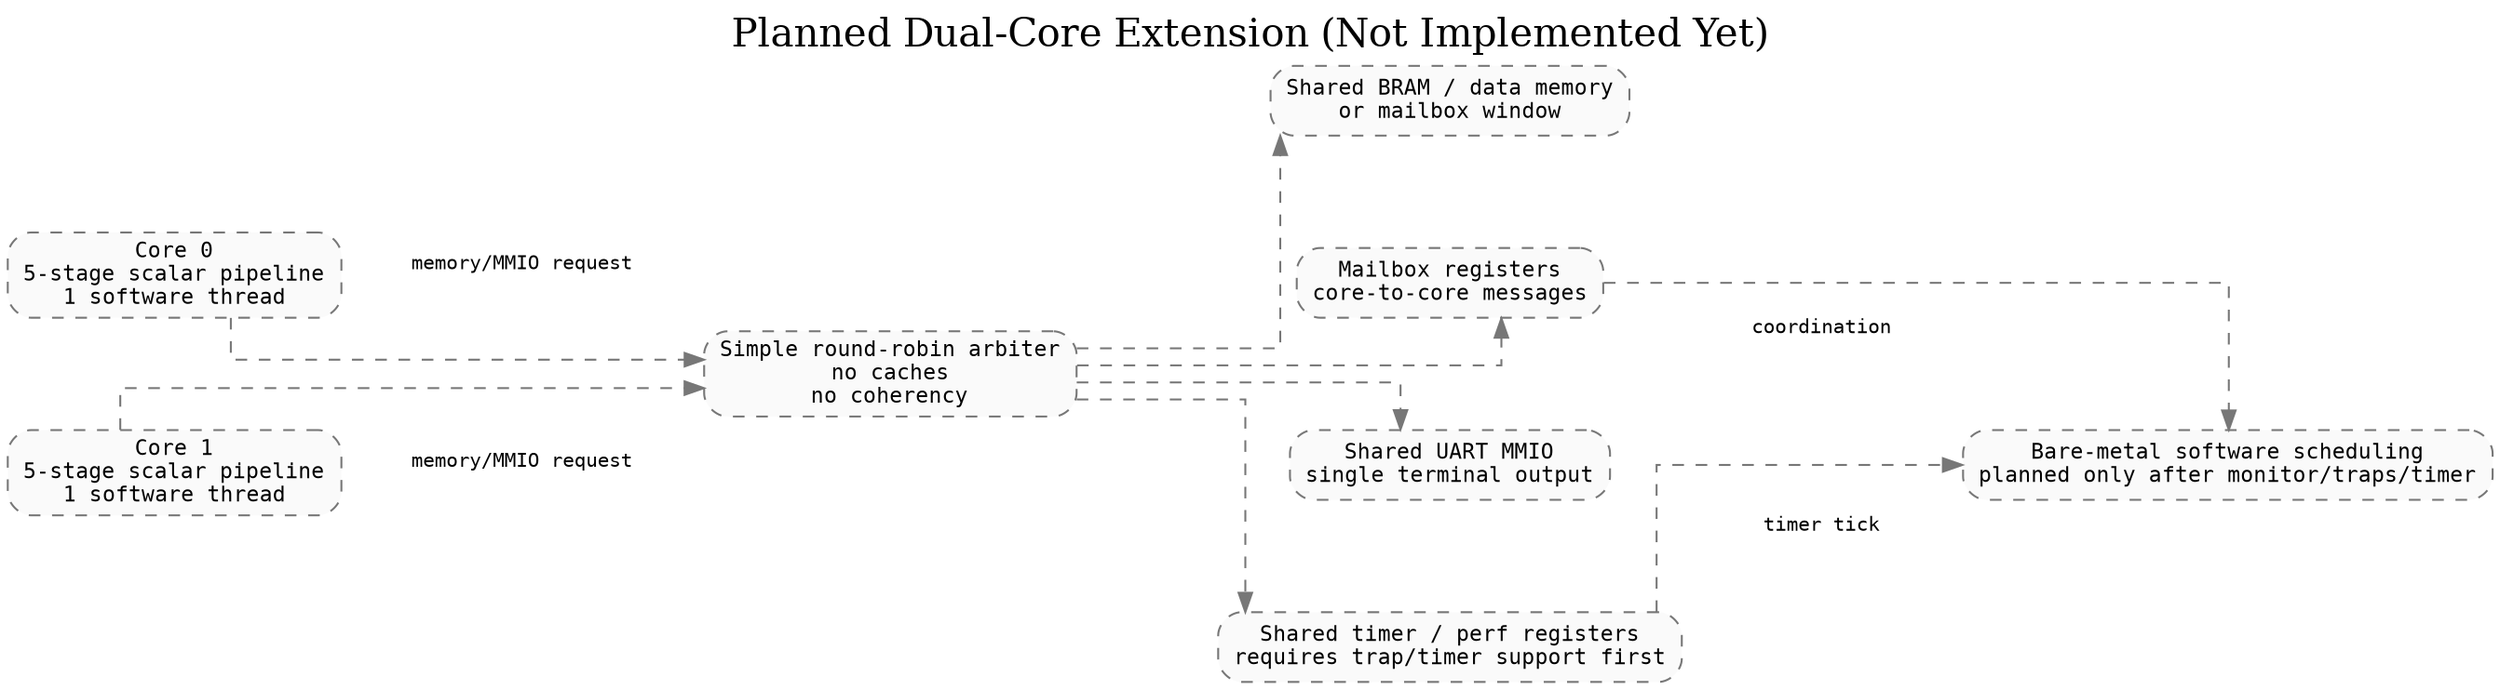
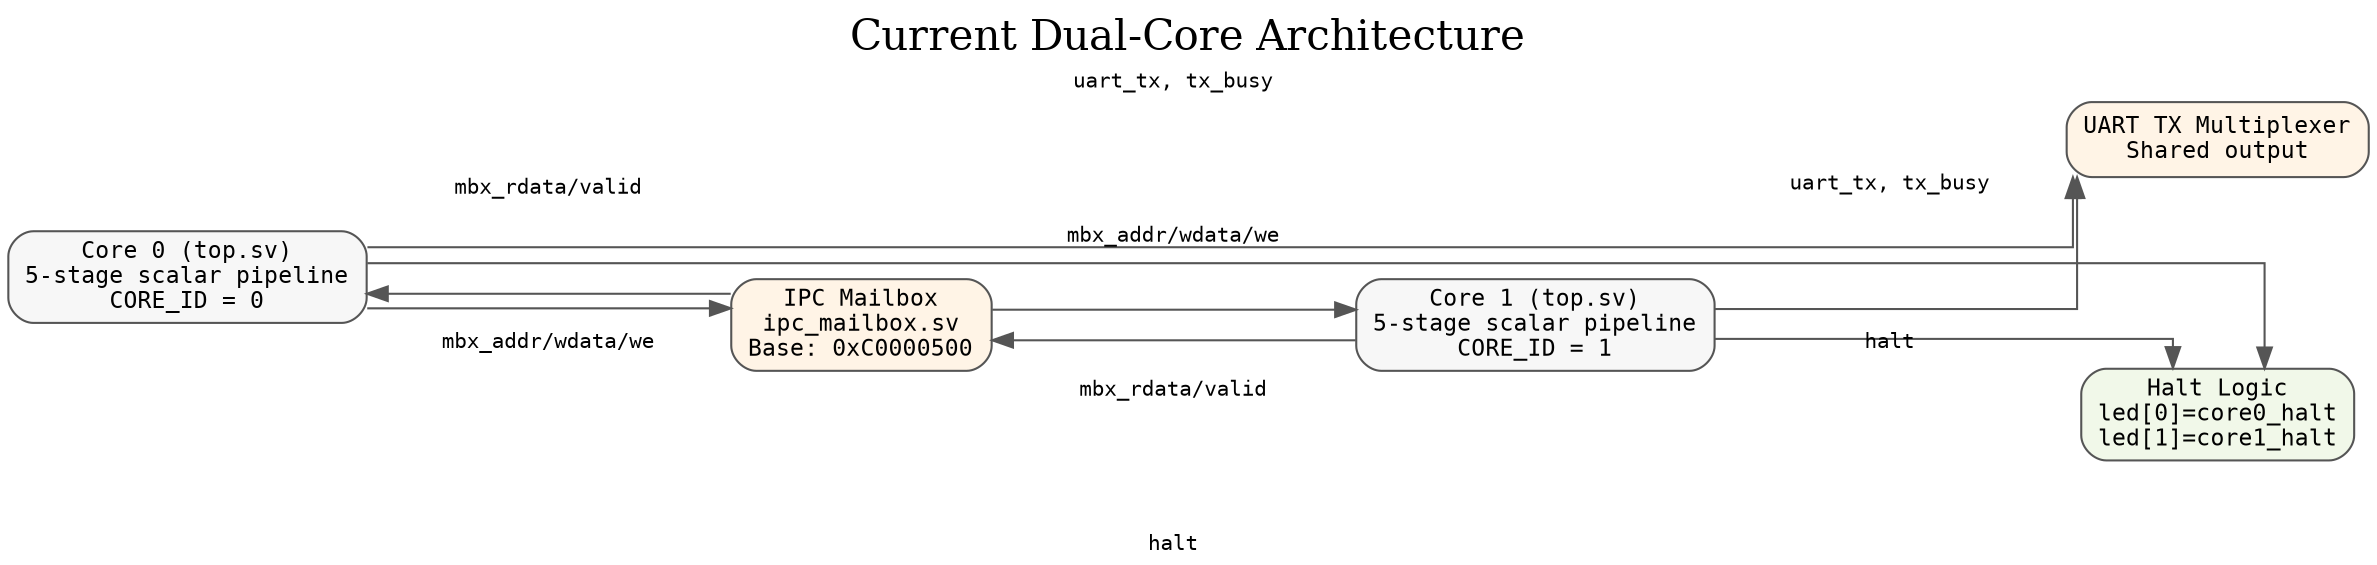
// Generated by tools/generate_diagrams.py.
// Run tools/update_docs.ps1 after implementation changes.
// Edit the generator, not this generated .dot file.


digraph multicore {
    graph [
-         label="Planned Dual-Core Extension (Not Implemented Yet)",
+         label="Current Dual-Core Architecture",
        labelloc=t,
        fontsize=20,
        rankdir=LR,
        splines=ortho,
        nodesep=0.8,
        ranksep=1.0
    ];

    node [
        shape=box,
-         style="rounded,dashed,filled",
-         fillcolor="#fafafa",
-         color="#777777",
+         style="rounded,filled",
+         fillcolor="#f7f7f7",
+         color="#555555",
        fontname="Consolas",
        fontsize=11
    ];

    edge [
-         style="dashed",
-         color="#777777",
+         color="#555555",
        fontname="Consolas",
        fontsize=10
    ];

-     core0 [label="Core 0\n5-stage scalar pipeline\n1 software thread"];
-     core1 [label="Core 1\n5-stage scalar pipeline\n1 software thread"];
-     arbiter [label="Simple round-robin arbiter\nno caches\nno coherency"];
-     shared_bram [label="Shared BRAM / data memory\nor mailbox window"];
-     mailbox [label="Mailbox registers\ncore-to-core messages"];
-     shared_uart [label="Shared UART MMIO\nsingle terminal output"];
-     shared_timer [label="Shared timer / perf registers\nrequires trap/timer support first"];
-     software [label="Bare-metal software scheduling\nplanned only after monitor/traps/timer"];
+     core0 [label="Core 0 (top.sv)\n5-stage scalar pipeline\nCORE_ID = 0"];
+     core1 [label="Core 1 (top.sv)\n5-stage scalar pipeline\nCORE_ID = 1"];

-     core0 -> arbiter [label="memory/MMIO request"];
-     core1 -> arbiter [label="memory/MMIO request"];
-     arbiter -> shared_bram;
-     arbiter -> mailbox;
-     arbiter -> shared_uart;
-     arbiter -> shared_timer;
-     shared_timer -> software [label="timer tick"];
-     mailbox -> software [label="coordination"];
+     mailbox [label="IPC Mailbox\nipc_mailbox.sv\nBase: 0xC0000500", fillcolor="#fff4e6"];
+     uart_mux [label="UART TX Multiplexer\nShared output", fillcolor="#fff4e6"];
+     halt_logic [label="Halt Logic\nled[0]=core0_halt\nled[1]=core1_halt", fillcolor="#f1f8e9"];
+ 
+     core0 -> mailbox [label="mbx_addr/wdata/we"];
+     core1 -> mailbox [label="mbx_addr/wdata/we"];
+     mailbox -> core0 [label="mbx_rdata/valid"];
+     mailbox -> core1 [label="mbx_rdata/valid"];
+ 
+     core0 -> uart_mux [label="uart_tx, tx_busy"];
+     core1 -> uart_mux [label="uart_tx, tx_busy"];
+ 
+     core0 -> halt_logic [label="halt"];
+     core1 -> halt_logic [label="halt"];
}
